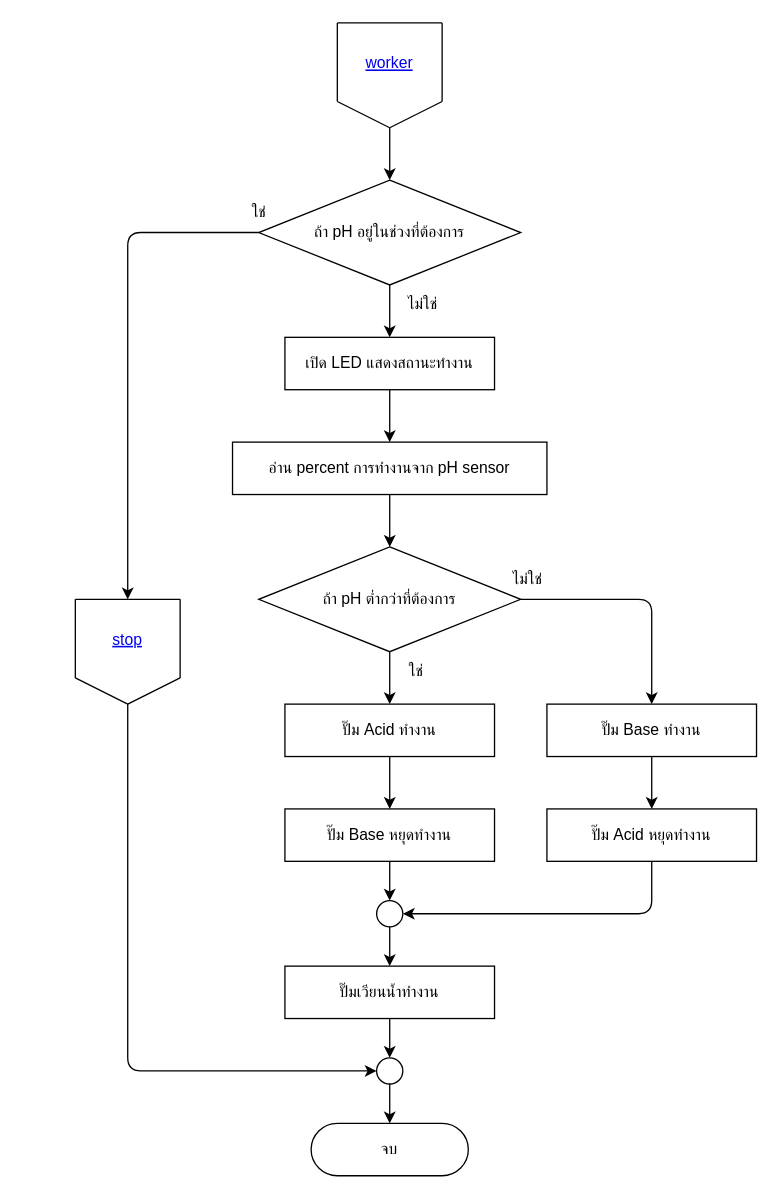
The draw.io diagram page "worker" (3 of 6) of flowcharts/hardware.drawio in thestampr/pHConditioner, before the edit. Source tidied: cells renumbered, new cells numbered last; positions are measured from the earlier drawing's top-left corner, leaving out a move shared by most shapes. Both pictures are drawn from the tidied source at 131%, with x=0, y=0 at pixel (75, 22).
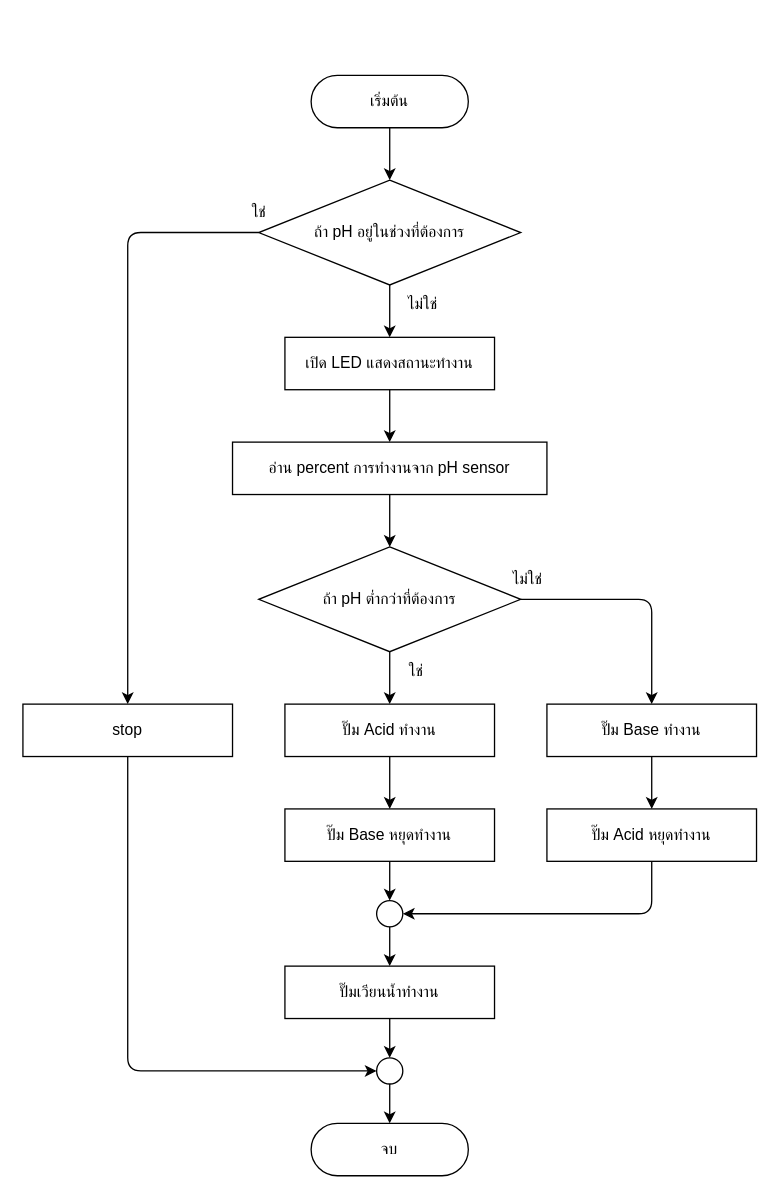
The same diagram, later.

Unchanged cells that the change refers to:
```xml
<mxCell id="5" value="ถ้า pH อยู่ในช่วงที่ต้องการ" style="rhombus;whiteSpace=wrap;html=1;fillColor=none;strokeColor=#000000;fontColor=#000000;rounded=0;labelBackgroundColor=none;comic=0;" parent="1" vertex="1">
  <mxGeometry x="140" y="120" width="200" height="80" as="geometry" />
</mxCell>
<mxCell id="36" style="ellipse;whiteSpace=wrap;html=1;labelBackgroundColor=none;strokeColor=#000000;fontColor=#000000;fillColor=none;rounded=0;comic=0;" parent="1" vertex="1">
  <mxGeometry x="230" y="790" width="20" height="20" as="geometry" />
</mxCell>
```

The edit, as a diff of the source:
```diff
@@
-    <mxCell id="3" style="edgeStyle=none;html=1;strokeColor=#000000;fontColor=#000000;endArrow=classic;endFill=1;" parent="1" edge="1" source="5">
+    <mxCell id="3" style="edgeStyle=none;html=1;strokeColor=#000000;fontColor=#000000;endArrow=classic;endFill=1;entryX=0.5;entryY=0;entryDx=0;entryDy=0;" parent="1" edge="1" source="5" target="15">
       <mxGeometry relative="1" as="geometry">
-        <mxPoint x="40" y="440" as="targetPoint" />
         <Array as="points">
           <mxPoint x="40" y="160" />
         </Array>
       </mxGeometry>
     </mxCell>
@@
-    <mxCell id="9" style="group;rounded=0;labelBackgroundColor=none;comic=0;strokeColor=none;fontColor=#000000;fillColor=none;" parent="1" vertex="1">
-      <mxGeometry y="440" width="80" height="80" as="geometry" />
-    </mxCell>
-    <mxCell id="10" style="edgeStyle=none;orthogonalLoop=1;jettySize=auto;html=1;strokeColor=#000000;fontColor=#000000;endArrow=none;endFill=0;" parent="9" edge="1">
-      <mxGeometry relative="1" as="geometry">
-        <mxPoint as="sourcePoint" />
-        <mxPoint x="80" as="targetPoint" />
-      </mxGeometry>
-    </mxCell>
-    <mxCell id="11" style="edgeStyle=none;orthogonalLoop=1;jettySize=auto;html=1;strokeColor=#000000;fontColor=#000000;endArrow=none;endFill=0;" parent="9" edge="1">
-      <mxGeometry relative="1" as="geometry">
-        <mxPoint x="80" as="sourcePoint" />
-        <mxPoint x="80" y="60" as="targetPoint" />
-      </mxGeometry>
-    </mxCell>
-    <mxCell id="12" style="edgeStyle=none;orthogonalLoop=1;jettySize=auto;html=1;strokeColor=#000000;fontColor=#000000;endArrow=none;endFill=0;" parent="9" edge="1">
-      <mxGeometry relative="1" as="geometry">
-        <mxPoint as="sourcePoint" />
-        <mxPoint y="60" as="targetPoint" />
-      </mxGeometry>
-    </mxCell>
-    <mxCell id="13" style="edgeStyle=none;orthogonalLoop=1;jettySize=auto;html=1;strokeColor=#000000;fontColor=#000000;endArrow=none;endFill=0;" parent="9" edge="1">
-      <mxGeometry relative="1" as="geometry">
-        <mxPoint y="60" as="sourcePoint" />
-        <mxPoint x="40" y="80" as="targetPoint" />
-      </mxGeometry>
-    </mxCell>
-    <mxCell id="14" style="edgeStyle=none;orthogonalLoop=1;jettySize=auto;html=1;strokeColor=#000000;fontColor=#000000;endArrow=none;endFill=0;" parent="9" edge="1">
-      <mxGeometry relative="1" as="geometry">
-        <mxPoint x="80" y="60" as="sourcePoint" />
-        <mxPoint x="40" y="80" as="targetPoint" />
-      </mxGeometry>
-    </mxCell>
-    <mxCell id="15" value="stop" style="fontColor=#0000EE;fontStyle=4;rounded=1;overflow=hidden;spacing=10;labelBackgroundColor=none;comic=0;strokeColor=none;fillColor=none;" parent="9" vertex="1">
-      <mxGeometry x="5" y="10" width="70" height="40" as="geometry" />
-    </mxCell>
@@
-    <mxCell id="34" style="edgeStyle=none;jettySize=auto;html=1;strokeColor=#000000;fontColor=#000000;endArrow=classic;endFill=1;entryX=0;entryY=0.5;entryDx=0;entryDy=0;" parent="1" edge="1" target="36">
+    <mxCell id="34" style="edgeStyle=none;jettySize=auto;html=1;strokeColor=#000000;fontColor=#000000;endArrow=classic;endFill=1;entryX=0;entryY=0.5;entryDx=0;entryDy=0;exitX=0.5;exitY=1;exitDx=0;exitDy=0;" parent="1" edge="1" source="15" target="36">
       <mxGeometry relative="1" as="geometry">
-        <mxPoint x="40" y="520" as="sourcePoint" />
         <Array as="points">
           <mxPoint x="40" y="800" />
         </Array>
       </mxGeometry>
     </mxCell>
@@
-    <mxCell id="40" style="group;rounded=0;labelBackgroundColor=none;comic=0;strokeColor=none;fontColor=#000000;fillColor=none;" parent="1" vertex="1">
-      <mxGeometry x="200" width="80" height="80" as="geometry" />
-    </mxCell>
-    <mxCell id="41" style="edgeStyle=none;orthogonalLoop=1;jettySize=auto;html=1;strokeColor=#000000;fontColor=#000000;endArrow=none;endFill=0;" parent="40" edge="1">
-      <mxGeometry relative="1" as="geometry">
-        <mxPoint as="sourcePoint" />
-        <mxPoint x="80" as="targetPoint" />
-      </mxGeometry>
-    </mxCell>
-    <mxCell id="42" style="edgeStyle=none;orthogonalLoop=1;jettySize=auto;html=1;strokeColor=#000000;fontColor=#000000;endArrow=none;endFill=0;" parent="40" edge="1">
-      <mxGeometry relative="1" as="geometry">
-        <mxPoint x="80" as="sourcePoint" />
-        <mxPoint x="80" y="60" as="targetPoint" />
-      </mxGeometry>
-    </mxCell>
-    <mxCell id="43" style="edgeStyle=none;orthogonalLoop=1;jettySize=auto;html=1;strokeColor=#000000;fontColor=#000000;endArrow=none;endFill=0;" parent="40" edge="1">
-      <mxGeometry relative="1" as="geometry">
-        <mxPoint as="sourcePoint" />
-        <mxPoint y="60" as="targetPoint" />
-      </mxGeometry>
-    </mxCell>
-    <mxCell id="44" style="edgeStyle=none;orthogonalLoop=1;jettySize=auto;html=1;strokeColor=#000000;fontColor=#000000;endArrow=none;endFill=0;" parent="40" edge="1">
-      <mxGeometry relative="1" as="geometry">
-        <mxPoint y="60" as="sourcePoint" />
-        <mxPoint x="40" y="80" as="targetPoint" />
-      </mxGeometry>
-    </mxCell>
-    <mxCell id="45" style="edgeStyle=none;orthogonalLoop=1;jettySize=auto;html=1;strokeColor=#000000;fontColor=#000000;endArrow=none;endFill=0;" parent="40" edge="1">
-      <mxGeometry relative="1" as="geometry">
-        <mxPoint x="80" y="60" as="sourcePoint" />
-        <mxPoint x="40" y="80" as="targetPoint" />
-      </mxGeometry>
-    </mxCell>
-    <mxCell id="46" value="worker" style="fontColor=#0000EE;fontStyle=4;rounded=1;overflow=hidden;spacing=10;labelBackgroundColor=none;comic=0;strokeColor=none;fillColor=none;" parent="40" vertex="1">
-      <mxGeometry x="5" y="10" width="70" height="40" as="geometry" />
-    </mxCell>
+    <mxCell id="47" value="เริ่มต้น" style="rounded=1;whiteSpace=wrap;html=1;fontSize=12;glass=0;strokeWidth=1;shadow=0;arcSize=50;fillColor=none;strokeColor=#000000;fontColor=#000000;" parent="1" vertex="1">
+      <mxGeometry x="180" y="40" width="120" height="40" as="geometry" />
+    </mxCell>
+    <mxCell id="15" value="stop" style="whiteSpace=wrap;html=1;fillColor=none;strokeColor=#000000;fontColor=#000000;rounded=0;labelBackgroundColor=none;comic=0;" parent="1" vertex="1">
+      <mxGeometry x="-40" y="520" width="160" height="40" as="geometry" />
+    </mxCell>
```
